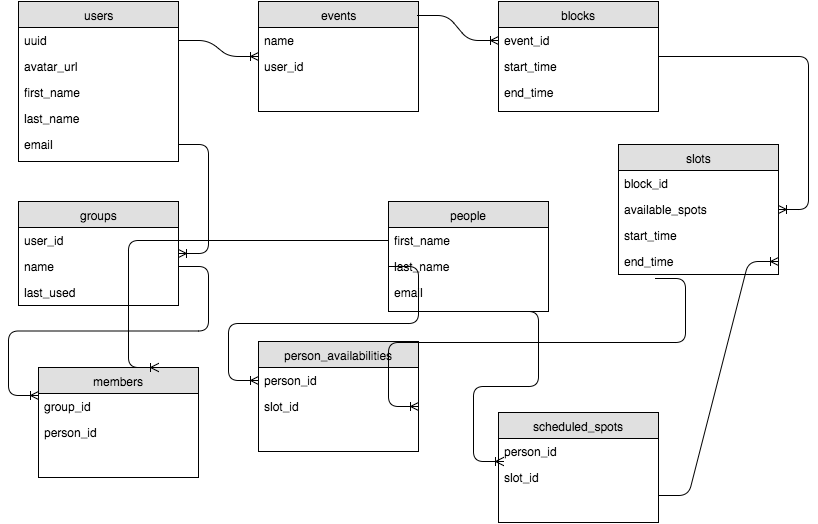
Before: notes/Schedule All The People.png, a diagram exported from draw.io (nvanselow/schedule_all_the_people). Source tidied: cells renumbered, new cells last; positions are measured from the earlier drawing's top-left corner, leaving out a move shared by most shapes. The source it was exported from:
```xml
<mxGraphModel background="#ffffff">
  <root>
    <mxCell id="0" />
    <mxCell id="1" parent="0" />
    <mxCell id="2" value="users" style="swimlane;html=1;fontStyle=0;horizontal=1;startSize=26;fillColor=#e0e0e0;swimlaneFillColor=#ffffff;align=center;" parent="1" vertex="1">
      <mxGeometry width="160" height="160" as="geometry" />
    </mxCell>
    <mxCell id="3" value="uuid" style="text;html=1;strokeColor=none;fillColor=none;spacingLeft=4;spacingRight=4;whiteSpace=wrap;overflow=hidden;points=[[0,0.5],[1,0.5]];portConstraint=eastwest;" parent="2" vertex="1">
      <mxGeometry y="26" width="160" height="26" as="geometry" />
    </mxCell>
    <mxCell id="4" value="avatar_url" style="text;html=1;strokeColor=none;fillColor=none;spacingLeft=4;spacingRight=4;whiteSpace=wrap;overflow=hidden;" parent="2" vertex="1">
      <mxGeometry y="52" width="160" height="26" as="geometry" />
    </mxCell>
    <mxCell id="5" value="first_name" style="text;html=1;strokeColor=none;fillColor=none;spacingLeft=4;spacingRight=4;whiteSpace=wrap;overflow=hidden;" parent="2" vertex="1">
      <mxGeometry y="78" width="160" height="26" as="geometry" />
    </mxCell>
    <mxCell id="6" value="last_name" style="text;html=1;strokeColor=none;fillColor=none;spacingLeft=4;spacingRight=4;whiteSpace=wrap;overflow=hidden;" parent="2" vertex="1">
      <mxGeometry y="104" width="160" height="26" as="geometry" />
    </mxCell>
    <mxCell id="7" value="email" style="text;html=1;strokeColor=none;fillColor=none;spacingLeft=4;spacingRight=4;whiteSpace=wrap;overflow=hidden;points=[[0,0.5],[1,0.5]];portConstraint=eastwest;" parent="2" vertex="1">
      <mxGeometry y="130" width="160" height="26" as="geometry" />
    </mxCell>
    <mxCell id="8" value="events" style="swimlane;html=1;fontStyle=0;horizontal=1;startSize=26;fillColor=#e0e0e0;swimlaneFillColor=#ffffff;align=center;" parent="1" vertex="1">
      <mxGeometry x="240" width="160" height="110" as="geometry" />
    </mxCell>
    <mxCell id="9" value="name" style="text;html=1;strokeColor=none;fillColor=none;spacingLeft=4;spacingRight=4;whiteSpace=wrap;overflow=hidden;" parent="8" vertex="1">
      <mxGeometry y="26" width="160" height="26" as="geometry" />
    </mxCell>
    <mxCell id="10" value="user_id" style="text;html=1;strokeColor=none;fillColor=none;spacingLeft=4;spacingRight=4;whiteSpace=wrap;overflow=hidden;" parent="8" vertex="1">
      <mxGeometry y="52" width="160" height="26" as="geometry" />
    </mxCell>
    <mxCell id="11" style="edgeStyle=entityRelationEdgeStyle;html=1;endArrow=ERoneToMany;exitX=1;exitY=0.5;" parent="1" edge="1" source="3" target="8">
      <mxGeometry relative="1" as="geometry" />
    </mxCell>
    <mxCell id="12" value="blocks" style="swimlane;html=1;fontStyle=0;horizontal=1;startSize=26;fillColor=#e0e0e0;swimlaneFillColor=#ffffff;align=center;" parent="1" vertex="1">
      <mxGeometry x="480" width="160" height="110" as="geometry" />
    </mxCell>
    <mxCell id="13" value="event_id" style="text;html=1;strokeColor=none;fillColor=none;spacingLeft=4;spacingRight=4;whiteSpace=wrap;overflow=hidden;points=[[0,0.5],[1,0.5]];portConstraint=eastwest;" parent="12" vertex="1">
      <mxGeometry y="26" width="160" height="26" as="geometry" />
    </mxCell>
    <mxCell id="14" value="start_time" style="text;html=1;strokeColor=none;fillColor=none;spacingLeft=4;spacingRight=4;whiteSpace=wrap;overflow=hidden;" parent="12" vertex="1">
      <mxGeometry y="52" width="160" height="26" as="geometry" />
    </mxCell>
    <mxCell id="15" value="end_time" style="text;html=1;strokeColor=none;fillColor=none;spacingLeft=4;spacingRight=4;whiteSpace=wrap;overflow=hidden;" parent="12" vertex="1">
      <mxGeometry y="78" width="160" height="26" as="geometry" />
    </mxCell>
    <mxCell id="16" style="edgeStyle=entityRelationEdgeStyle;html=1;endArrow=ERoneToMany;exitX=0.994;exitY=0.127;exitPerimeter=0;entryX=0;entryY=0.5;" parent="1" edge="1" source="8" target="13">
      <mxGeometry relative="1" as="geometry" />
    </mxCell>
    <mxCell id="17" value="slots" style="swimlane;html=1;fontStyle=0;horizontal=1;startSize=26;fillColor=#e0e0e0;swimlaneFillColor=#ffffff;align=center;" parent="1" vertex="1">
      <mxGeometry x="600" y="143" width="160" height="130" as="geometry" />
    </mxCell>
    <mxCell id="18" value="block_id" style="text;html=1;strokeColor=none;fillColor=none;spacingLeft=4;spacingRight=4;whiteSpace=wrap;overflow=hidden;" parent="17" vertex="1">
      <mxGeometry y="26" width="160" height="26" as="geometry" />
    </mxCell>
    <mxCell id="19" value="available_spots" style="text;html=1;strokeColor=none;fillColor=none;spacingLeft=4;spacingRight=4;whiteSpace=wrap;overflow=hidden;" parent="17" vertex="1">
      <mxGeometry y="52" width="160" height="26" as="geometry" />
    </mxCell>
    <mxCell id="20" value="start_time" style="text;html=1;strokeColor=none;fillColor=none;spacingLeft=4;spacingRight=4;whiteSpace=wrap;overflow=hidden;" parent="17" vertex="1">
      <mxGeometry y="78" width="160" height="26" as="geometry" />
    </mxCell>
    <mxCell id="21" value="end_time" style="text;html=1;strokeColor=none;fillColor=none;spacingLeft=4;spacingRight=4;whiteSpace=wrap;overflow=hidden;points=[[0,0.5],[1,0.5]];portConstraint=eastwest;" parent="17" vertex="1">
      <mxGeometry y="104" width="160" height="26" as="geometry" />
    </mxCell>
    <mxCell id="22" style="edgeStyle=entityRelationEdgeStyle;html=1;endArrow=ERoneToMany;" parent="1" edge="1" source="12" target="17">
      <mxGeometry relative="1" as="geometry" />
    </mxCell>
    <mxCell id="23" value="people" style="swimlane;html=1;fontStyle=0;horizontal=1;startSize=26;fillColor=#e0e0e0;swimlaneFillColor=#ffffff;align=center;" parent="1" vertex="1">
      <mxGeometry x="370" y="200" width="160" height="110" as="geometry" />
    </mxCell>
    <mxCell id="24" value="first_name" style="text;html=1;strokeColor=none;fillColor=none;spacingLeft=4;spacingRight=4;whiteSpace=wrap;overflow=hidden;points=[[0,0.5],[1,0.5]];portConstraint=eastwest;" parent="23" vertex="1">
      <mxGeometry y="26" width="160" height="26" as="geometry" />
    </mxCell>
    <mxCell id="25" value="last_name" style="text;html=1;strokeColor=none;fillColor=none;spacingLeft=4;spacingRight=4;whiteSpace=wrap;overflow=hidden;points=[[0,0.5],[1,0.5]];portConstraint=eastwest;" parent="23" vertex="1">
      <mxGeometry y="52" width="160" height="26" as="geometry" />
    </mxCell>
    <mxCell id="26" value="email" style="text;html=1;strokeColor=none;fillColor=none;spacingLeft=4;spacingRight=4;whiteSpace=wrap;overflow=hidden;" parent="23" vertex="1">
      <mxGeometry y="78" width="160" height="26" as="geometry" />
    </mxCell>
    <mxCell id="27" value="groups" style="swimlane;html=1;fontStyle=0;horizontal=1;startSize=26;fillColor=#e0e0e0;swimlaneFillColor=#ffffff;align=center;" parent="1" vertex="1">
      <mxGeometry y="200" width="160" height="104" as="geometry" />
    </mxCell>
    <mxCell id="28" value="user_id" style="text;html=1;strokeColor=none;fillColor=none;spacingLeft=4;spacingRight=4;whiteSpace=wrap;overflow=hidden;" parent="27" vertex="1">
      <mxGeometry y="26" width="160" height="26" as="geometry" />
    </mxCell>
    <mxCell id="29" value="name" style="text;html=1;strokeColor=none;fillColor=none;spacingLeft=4;spacingRight=4;whiteSpace=wrap;overflow=hidden;points=[[0,0.5],[1,0.5]];portConstraint=eastwest;" parent="27" vertex="1">
      <mxGeometry y="52" width="160" height="26" as="geometry" />
    </mxCell>
    <mxCell id="30" value="last_used" style="text;html=1;strokeColor=none;fillColor=none;spacingLeft=4;spacingRight=4;whiteSpace=wrap;overflow=hidden;" parent="27" vertex="1">
      <mxGeometry y="78" width="160" height="26" as="geometry" />
    </mxCell>
    <mxCell id="31" style="edgeStyle=entityRelationEdgeStyle;html=1;endArrow=ERoneToMany;exitX=1;exitY=0.5;entryX=0;entryY=0.25;" parent="1" edge="1" source="29" target="43">
      <mxGeometry relative="1" as="geometry" />
    </mxCell>
    <mxCell id="32" style="edgeStyle=entityRelationEdgeStyle;html=1;endArrow=ERoneToMany;" parent="1" edge="1" source="7" target="27">
      <mxGeometry relative="1" as="geometry" />
    </mxCell>
    <mxCell id="33" value="scheduled_spots" style="swimlane;html=1;fontStyle=0;horizontal=1;startSize=26;fillColor=#e0e0e0;swimlaneFillColor=#ffffff;align=center;" parent="1" vertex="1">
      <mxGeometry x="480" y="411" width="160" height="110" as="geometry" />
    </mxCell>
    <mxCell id="34" value="person_id" style="text;html=1;strokeColor=none;fillColor=none;spacingLeft=4;spacingRight=4;whiteSpace=wrap;overflow=hidden;" parent="33" vertex="1">
      <mxGeometry y="26" width="160" height="26" as="geometry" />
    </mxCell>
    <mxCell id="35" value="slot_id" style="text;html=1;strokeColor=none;fillColor=none;spacingLeft=4;spacingRight=4;whiteSpace=wrap;overflow=hidden;points=[[0,0.5],[1,0.5]];portConstraint=eastwest;" parent="33" vertex="1">
      <mxGeometry y="52" width="160" height="26" as="geometry" />
    </mxCell>
    <mxCell id="36" style="edgeStyle=entityRelationEdgeStyle;html=1;endArrow=ERoneToMany;entryX=0.031;entryY=-0.115;entryPerimeter=0;exitX=0.75;exitY=1;" parent="1" edge="1" source="23" target="35">
      <mxGeometry relative="1" as="geometry" />
    </mxCell>
    <mxCell id="37" style="edgeStyle=entityRelationEdgeStyle;html=1;endArrow=ERoneToMany;exitX=1;exitY=0.75;entryX=1;entryY=0.5;" parent="1" edge="1" source="33" target="21">
      <mxGeometry relative="1" as="geometry" />
    </mxCell>
    <mxCell id="38" value="person_availabilities" style="swimlane;html=1;fontStyle=0;horizontal=1;startSize=26;fillColor=#e0e0e0;swimlaneFillColor=#ffffff;align=center;" parent="1" vertex="1">
      <mxGeometry x="240" y="340" width="160" height="110" as="geometry" />
    </mxCell>
    <mxCell id="39" value="person_id" style="text;html=1;strokeColor=none;fillColor=none;spacingLeft=4;spacingRight=4;whiteSpace=wrap;overflow=hidden;points=[[0,0.5],[1,0.5]];portConstraint=eastwest;" parent="38" vertex="1">
      <mxGeometry y="26" width="160" height="26" as="geometry" />
    </mxCell>
    <mxCell id="40" value="slot_id" style="text;html=1;strokeColor=none;fillColor=none;spacingLeft=4;spacingRight=4;whiteSpace=wrap;overflow=hidden;points=[[0,0.5],[1,0.5]];portConstraint=eastwest;" parent="38" vertex="1">
      <mxGeometry y="52" width="160" height="26" as="geometry" />
    </mxCell>
    <mxCell id="41" style="edgeStyle=entityRelationEdgeStyle;html=1;endArrow=ERoneToMany;entryX=0;entryY=0.5;exitX=0;exitY=0.5;" parent="1" edge="1" source="25" target="39">
      <mxGeometry relative="1" as="geometry" />
    </mxCell>
    <mxCell id="42" style="edgeStyle=entityRelationEdgeStyle;html=1;endArrow=ERoneToMany;entryX=1;entryY=0.5;exitX=0.231;exitY=1.154;exitPerimeter=0;" parent="1" edge="1" source="21" target="40">
      <mxGeometry relative="1" as="geometry" />
    </mxCell>
    <mxCell id="43" value="members" style="swimlane;html=1;fontStyle=0;horizontal=1;startSize=26;fillColor=#e0e0e0;swimlaneFillColor=#ffffff;align=center;" parent="1" vertex="1">
      <mxGeometry x="20" y="366" width="160" height="110" as="geometry" />
    </mxCell>
    <mxCell id="44" value="group_id" style="text;html=1;strokeColor=none;fillColor=none;spacingLeft=4;spacingRight=4;whiteSpace=wrap;overflow=hidden;" parent="43" vertex="1">
      <mxGeometry y="26" width="160" height="26" as="geometry" />
    </mxCell>
    <mxCell id="45" value="person_id" style="text;html=1;strokeColor=none;fillColor=none;spacingLeft=4;spacingRight=4;whiteSpace=wrap;overflow=hidden;" parent="43" vertex="1">
      <mxGeometry y="52" width="160" height="26" as="geometry" />
    </mxCell>
    <mxCell id="46" style="edgeStyle=entityRelationEdgeStyle;html=1;endArrow=ERoneToMany;entryX=0.75;entryY=0;" parent="1" edge="1" source="24" target="43">
      <mxGeometry relative="1" as="geometry" />
    </mxCell>
  </root>
</mxGraphModel>
```
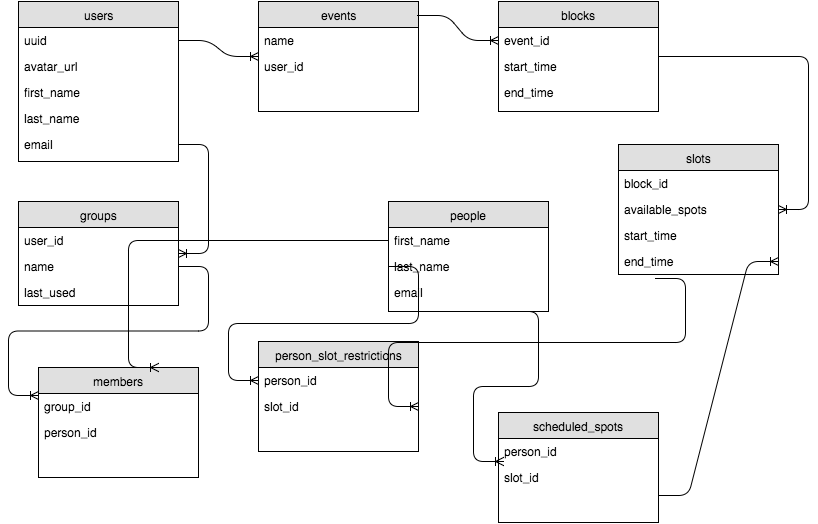
Later version of the same file.

Commit message:
Update the ERD diagram

Change to the diagram source:
```diff
@@ -110,7 +110,7 @@
     <mxCell id="37" style="edgeStyle=entityRelationEdgeStyle;html=1;endArrow=ERoneToMany;exitX=1;exitY=0.75;entryX=1;entryY=0.5;" parent="1" edge="1" source="33" target="21">
       <mxGeometry relative="1" as="geometry" />
     </mxCell>
-    <mxCell id="38" value="person_availabilities" style="swimlane;html=1;fontStyle=0;horizontal=1;startSize=26;fillColor=#e0e0e0;swimlaneFillColor=#ffffff;align=center;" parent="1" vertex="1">
+    <mxCell id="38" value="person_slot_restrictions" style="swimlane;html=1;fontStyle=0;horizontal=1;startSize=26;fillColor=#e0e0e0;swimlaneFillColor=#ffffff;align=center;" parent="1" vertex="1">
       <mxGeometry x="240" y="340" width="160" height="110" as="geometry" />
     </mxCell>
     <mxCell id="39" value="person_id" style="text;html=1;strokeColor=none;fillColor=none;spacingLeft=4;spacingRight=4;whiteSpace=wrap;overflow=hidden;points=[[0,0.5],[1,0.5]];portConstraint=eastwest;" parent="38" vertex="1">
```
